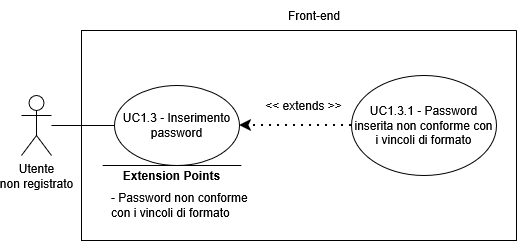
Earlier version of the draw.io export assets/diagrams/UC1_3.png (SkarabGroup/DocumentazioneProgetto). Source tidied: cells renumbered, new cells last; positions are measured from the earlier drawing's top-left corner, leaving out a move shared by most shapes.
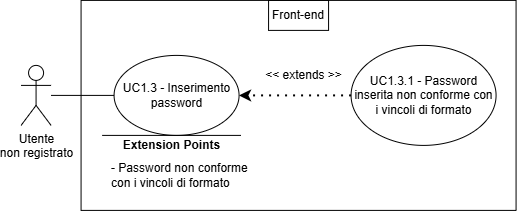
The same file after the commit.

The edit, as a diff of the source:
```diff
@@ -5,38 +5,38 @@
     <mxCell id="2" value="&lt;div&gt;Utente&lt;/div&gt;&lt;div&gt;non registrato&lt;/div&gt;" style="shape=umlActor;verticalLabelPosition=bottom;verticalAlign=top;html=1;outlineConnect=0;" parent="1" vertex="1">
       <mxGeometry y="95" width="30" height="60" as="geometry" />
     </mxCell>
-    <mxCell id="3" style="swimlane;startSize=0;" parent="1" vertex="1">
-      <mxGeometry x="60" y="30" width="435" height="210" as="geometry" />
-    </mxCell>
+    <mxCell id="13" style="swimlane;startSize=0;" parent="1" vertex="1">
+      <mxGeometry x="60" y="30" width="435" height="210" as="geometry" />
+    </mxCell>
-    <mxCell id="4" value="&lt;div&gt;UC1.3 - Inserimento password&lt;/div&gt;" style="ellipse;whiteSpace=wrap;html=1;" parent="3" vertex="1">
+    <mxCell id="4" value="&lt;div&gt;UC1.3 - Inserimento password&lt;/div&gt;" style="ellipse;whiteSpace=wrap;html=1;" parent="13" vertex="1">
       <mxGeometry x="33" y="55" width="125" height="80" as="geometry" />
     </mxCell>
-    <mxCell id="5" value="UC1.3.1 - Password inserita non conforme con i vincoli di formato" style="ellipse;whiteSpace=wrap;html=1;" parent="3" vertex="1">
+    <mxCell id="5" value="UC1.3.1 - Password inserita non conforme con i vincoli di formato" style="ellipse;whiteSpace=wrap;html=1;" parent="13" vertex="1">
       <mxGeometry x="270" y="45" width="145" height="100" as="geometry" />
     </mxCell>
-    <mxCell id="6" style="endArrow=classic;dashed=1;html=1;dashPattern=1 3;strokeWidth=2;rounded=0;entryX=1;entryY=0.5;entryDx=0;entryDy=0;exitX=0;exitY=0.5;exitDx=0;exitDy=0;strokeColor=default;curved=0;endFill=1;endSize=6;" parent="3" edge="1" source="5" target="4">
+    <mxCell id="6" style="endArrow=classic;dashed=1;html=1;dashPattern=1 3;strokeWidth=2;rounded=0;entryX=1;entryY=0.5;entryDx=0;entryDy=0;exitX=0;exitY=0.5;exitDx=0;exitDy=0;strokeColor=default;curved=0;endFill=1;endSize=6;" parent="13" edge="1" source="5" target="4">
       <mxGeometry relative="1" as="geometry" />
     </mxCell>
-    <mxCell id="7" value="&lt;div&gt;&amp;lt;&amp;lt; extends &amp;gt;&amp;gt;&lt;/div&gt;" style="text;html=1;whiteSpace=wrap;strokeColor=none;fillColor=none;align=center;verticalAlign=middle;rounded=0;" parent="3" vertex="1">
+    <mxCell id="7" value="&lt;div&gt;&amp;lt;&amp;lt; extends &amp;gt;&amp;gt;&lt;/div&gt;" style="text;html=1;whiteSpace=wrap;strokeColor=none;fillColor=none;align=center;verticalAlign=middle;rounded=0;" parent="13" vertex="1">
       <mxGeometry x="175" y="60" width="95" height="30" as="geometry" />
     </mxCell>
-    <mxCell id="8" style="endArrow=none;html=1;rounded=0;" parent="3" edge="1">
-      <mxGeometry relative="1" as="geometry">
-        <mxPoint x="159.9" y="135" as="sourcePoint" />
-        <mxPoint x="21.1" y="135" as="targetPoint" />
-      </mxGeometry>
-    </mxCell>
+    <mxCell id="14" style="endArrow=none;html=1;rounded=0;" parent="13" edge="1">
+      <mxGeometry relative="1" as="geometry">
+        <mxPoint x="159.9" y="135" as="sourcePoint" />
+        <mxPoint x="21.1" y="135" as="targetPoint" />
+      </mxGeometry>
+    </mxCell>
-    <mxCell id="9" value="&lt;b&gt;Extension Points&lt;/b&gt;" style="text;html=1;whiteSpace=wrap;strokeColor=none;fillColor=none;align=center;verticalAlign=middle;rounded=0;strokeWidth=5;" parent="3" vertex="1">
+    <mxCell id="9" value="&lt;b&gt;Extension Points&lt;/b&gt;" style="text;html=1;whiteSpace=wrap;strokeColor=none;fillColor=none;align=center;verticalAlign=middle;rounded=0;strokeWidth=5;" parent="13" vertex="1">
       <mxGeometry x="33" y="130" width="115" height="30" as="geometry" />
     </mxCell>
-    <mxCell id="10" value="&lt;div align=&quot;left&quot;&gt;- Password non conforme con i vincoli di formato&lt;/div&gt;" style="text;html=1;whiteSpace=wrap;strokeColor=none;fillColor=none;align=left;verticalAlign=middle;rounded=0;" parent="3" vertex="1">
+    <mxCell id="10" value="&lt;div align=&quot;left&quot;&gt;- Password non conforme con i vincoli di formato&lt;/div&gt;" style="text;html=1;whiteSpace=wrap;strokeColor=none;fillColor=none;align=left;verticalAlign=middle;rounded=0;" parent="13" vertex="1">
       <mxGeometry x="28" y="135" width="147" height="80" as="geometry" />
     </mxCell>
+    <mxCell id="12" value="Front-end" style="text;html=1;whiteSpace=wrap;strokeColor=default;fillColor=none;align=center;verticalAlign=middle;rounded=0;perimeterSpacing=1;" parent="13" vertex="1">
+      <mxGeometry x="187.5" width="60" height="30" as="geometry" />
+    </mxCell>
     <mxCell id="11" style="endArrow=none;html=1;rounded=0;entryX=0;entryY=0.5;entryDx=0;entryDy=0;" parent="1" edge="1" source="2" target="4">
       <mxGeometry relative="1" as="geometry" />
     </mxCell>
-    <mxCell id="12" value="Front-end" style="text;html=1;whiteSpace=wrap;strokeColor=none;fillColor=none;align=center;verticalAlign=middle;rounded=0;" parent="1" vertex="1">
-      <mxGeometry x="262.5" width="60" height="30" as="geometry" />
-    </mxCell>
   </root>
 </mxGraphModel>
```
